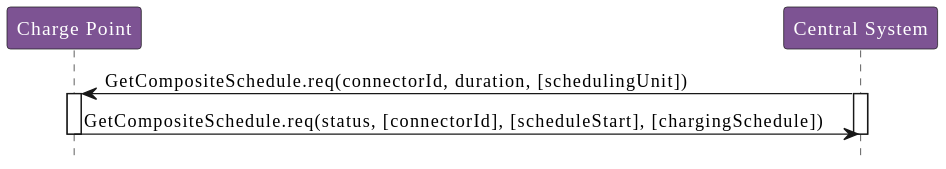
Above: OCPP_1.6/images/figure_28.svg in phoi5675/ocpp-markdown (PlantUML), before the change. Its diagram source:
```plantuml
@startuml
!include style.puml

participant "Charge Point" as ChargePoint
participant "Central System" as CentralSystem

CentralSystem -> ChargePoint : GetCompositeSchedule.req(connectorId, duration, [schedulingUnit])

activate ChargePoint
activate CentralSystem

ChargePoint -> CentralSystem : GetCompositeSchedule.req(status, [connectorId], [scheduleStart], [chargingSchedule])

deactivate CentralSystem
deactivate ChargePoint
@enduml
```
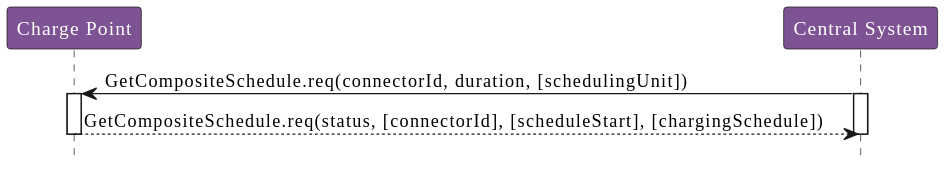
The same diagram one commit later.

What changed in the source:
```diff
@@ -5,12 +5,10 @@
 participant "Central System" as CentralSystem
 
 CentralSystem -> ChargePoint : GetCompositeSchedule.req(connectorId, duration, [schedulingUnit])
-
 activate ChargePoint
 activate CentralSystem
 
-ChargePoint -> CentralSystem : GetCompositeSchedule.req(status, [connectorId], [scheduleStart], [chargingSchedule])
-
+ChargePoint --> CentralSystem : GetCompositeSchedule.req(status, [connectorId], [scheduleStart], [chargingSchedule])
 deactivate CentralSystem
 deactivate ChargePoint
 @enduml
```
